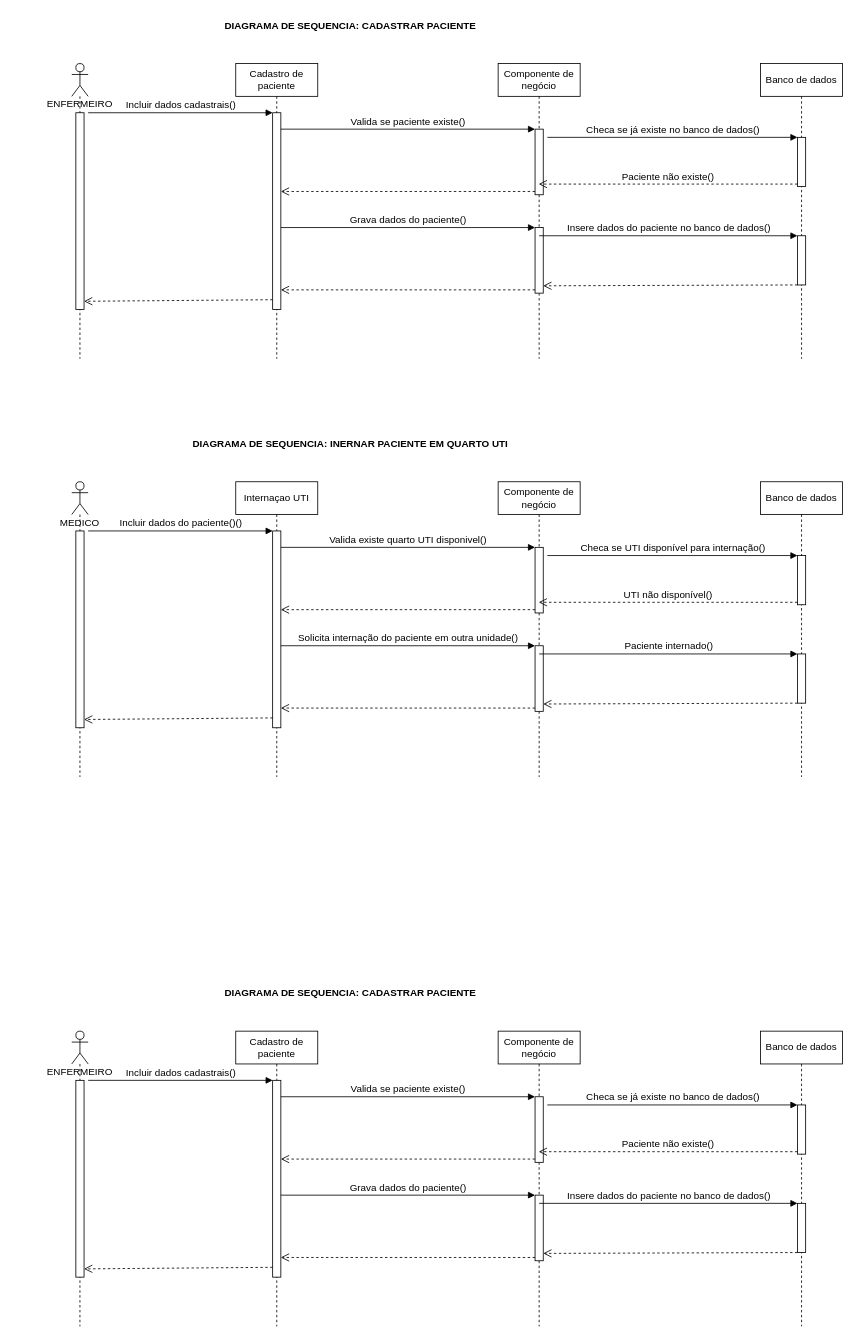
Above: page "Page-2" (2 of 5) of Untitled Diagram.drawio in FranciscoAntonioGuilherme/inicioReact (draw.io), before the change. Source tidied: cells renumbered, new cells numbered last; positions are measured from the earlier drawing's top-left corner, leaving out a move shared by most shapes. Both pictures are drawn from the tidied source at 82%, with x=0, y=0 at pixel (14, 14).
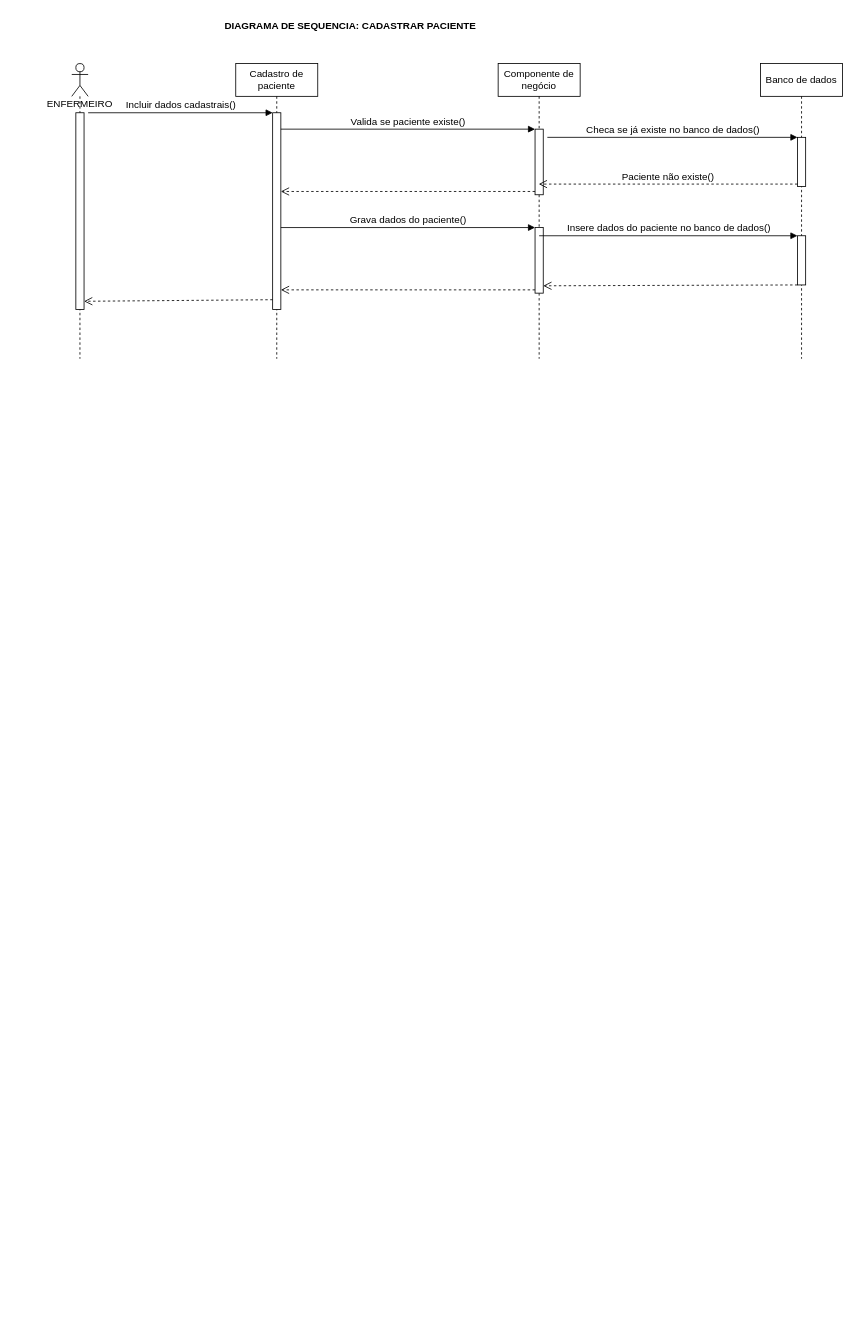
After the change.

The edit, as a diff of the source:
```diff
@@
-    <mxCell id="23" value="DIAGRAMA DE SEQUENCIA: INERNAR PACIENTE EM QUARTO UTI" style="text;align=center;fontStyle=1;verticalAlign=middle;spacingLeft=3;spacingRight=3;strokeColor=none;fontSize=12;" parent="1" vertex="1">
-      <mxGeometry y="510" width="820" height="26" as="geometry" />
-    </mxCell>
-    <mxCell id="24" value="&lt;div&gt;&lt;span&gt;MEDICO&lt;/span&gt;&lt;/div&gt;" style="shape=umlLifeline;participant=umlActor;perimeter=lifelinePerimeter;whiteSpace=wrap;html=1;verticalAlign=top;spacingTop=36;fontSize=12;align=center;" parent="1" vertex="1">
-      <mxGeometry x="70" y="570" width="20" height="360" as="geometry" />
-    </mxCell>
-    <mxCell id="25" style="html=1;points=[];perimeter=orthogonalPerimeter;fontSize=12;align=center;" parent="24" vertex="1">
-      <mxGeometry x="5" y="60" width="10" height="240" as="geometry" />
-    </mxCell>
-    <mxCell id="26" value="Internaçao UTI" style="shape=umlLifeline;perimeter=lifelinePerimeter;whiteSpace=wrap;html=1;fontSize=12;align=center;" parent="1" vertex="1">
-      <mxGeometry x="270" y="570" width="100" height="360" as="geometry" />
-    </mxCell>
-    <mxCell id="27" value="Componente de negócio" style="shape=umlLifeline;perimeter=lifelinePerimeter;whiteSpace=wrap;html=1;outlineConnect=0;fontSize=12;align=center;" parent="1" vertex="1">
-      <mxGeometry x="590" y="570" width="100" height="360" as="geometry" />
-    </mxCell>
-    <mxCell id="28" style="html=1;points=[];perimeter=orthogonalPerimeter;fontSize=12;align=center;" parent="27" vertex="1">
-      <mxGeometry x="45" y="80" width="10" height="80" as="geometry" />
-    </mxCell>
-    <mxCell id="29" style="html=1;points=[];perimeter=orthogonalPerimeter;fontSize=12;align=center;" parent="27" vertex="1">
-      <mxGeometry x="45" y="200" width="10" height="80" as="geometry" />
-    </mxCell>
-    <mxCell id="30" value="Banco de dados" style="shape=umlLifeline;perimeter=lifelinePerimeter;whiteSpace=wrap;html=1;fontSize=12;align=center;" parent="1" vertex="1">
-      <mxGeometry x="910" y="570" width="100" height="360" as="geometry" />
-    </mxCell>
-    <mxCell id="31" style="html=1;points=[];perimeter=orthogonalPerimeter;fontSize=12;align=center;" parent="30" vertex="1">
-      <mxGeometry x="45" y="90" width="10" height="60" as="geometry" />
-    </mxCell>
-    <mxCell id="32" style="html=1;points=[];perimeter=orthogonalPerimeter;fontSize=12;align=center;" parent="30" vertex="1">
-      <mxGeometry x="45" y="210" width="10" height="60" as="geometry" />
-    </mxCell>
-    <mxCell id="33" style="html=1;points=[];perimeter=orthogonalPerimeter;fontSize=12;align=center;" parent="1" vertex="1">
-      <mxGeometry x="315" y="630" width="10" height="240" as="geometry" />
-    </mxCell>
-    <mxCell id="34" value="Incluir dados do paciente()()" style="html=1;verticalAlign=bottom;endArrow=block;entryX=0;entryY=0;strokeColor=#000000;strokeWidth=1;fontSize=12;" parent="1" edge="1" target="33">
-      <mxGeometry relative="1" as="geometry">
-        <mxPoint x="90" y="630" as="sourcePoint" />
-      </mxGeometry>
-    </mxCell>
-    <mxCell id="35" style="html=1;verticalAlign=bottom;endArrow=open;dashed=1;endSize=8;exitX=0;exitY=0.95;strokeColor=#000000;strokeWidth=1;fontSize=12;entryX=1;entryY=0.958;entryDx=0;entryDy=0;entryPerimeter=0;" parent="1" edge="1" source="33" target="25">
-      <mxGeometry relative="1" as="geometry" />
-    </mxCell>
-    <mxCell id="36" value="Valida existe quarto UTI disponivel()" style="html=1;verticalAlign=bottom;endArrow=block;entryX=0;entryY=0;strokeColor=#000000;strokeWidth=1;fontSize=12;" parent="1" edge="1" target="28">
-      <mxGeometry relative="1" as="geometry">
-        <mxPoint x="325" y="650" as="sourcePoint" />
-      </mxGeometry>
-    </mxCell>
-    <mxCell id="37" style="html=1;verticalAlign=bottom;endArrow=open;dashed=1;endSize=8;exitX=0;exitY=0.95;strokeColor=#000000;strokeWidth=1;fontSize=12;" parent="1" edge="1" source="28">
-      <mxGeometry relative="1" as="geometry">
-        <mxPoint x="325" y="726" as="targetPoint" />
-      </mxGeometry>
-    </mxCell>
-    <mxCell id="38" value="Checa se UTI disponível para internação()" style="html=1;verticalAlign=bottom;endArrow=block;entryX=0;entryY=0;strokeColor=#000000;strokeWidth=1;fontSize=12;" parent="1" edge="1" target="31">
-      <mxGeometry relative="1" as="geometry">
-        <mxPoint x="650" y="660" as="sourcePoint" />
-      </mxGeometry>
-    </mxCell>
-    <mxCell id="39" value="UTI não disponível()" style="html=1;verticalAlign=bottom;endArrow=open;dashed=1;endSize=8;exitX=0;exitY=0.95;strokeColor=#000000;strokeWidth=1;fontSize=12;" parent="1" edge="1" source="31" target="27">
-      <mxGeometry relative="1" as="geometry" />
-    </mxCell>
-    <mxCell id="40" value="Solicita internação do paciente em outra unidade()" style="html=1;verticalAlign=bottom;endArrow=block;entryX=0;entryY=0;strokeColor=#000000;strokeWidth=1;fontSize=12;" parent="1" edge="1" target="29">
-      <mxGeometry relative="1" as="geometry">
-        <mxPoint x="325" y="770" as="sourcePoint" />
-      </mxGeometry>
-    </mxCell>
-    <mxCell id="41" style="html=1;verticalAlign=bottom;endArrow=open;dashed=1;endSize=8;exitX=0;exitY=0.95;strokeColor=#000000;strokeWidth=1;fontSize=12;" parent="1" edge="1" source="29">
-      <mxGeometry relative="1" as="geometry">
-        <mxPoint x="325" y="846" as="targetPoint" />
-      </mxGeometry>
-    </mxCell>
-    <mxCell id="42" value="Paciente internado()" style="html=1;verticalAlign=bottom;endArrow=block;entryX=0;entryY=0;strokeColor=#000000;strokeWidth=1;fontSize=12;" parent="1" edge="1" target="32">
-      <mxGeometry relative="1" as="geometry">
-        <mxPoint x="640" y="780" as="sourcePoint" />
-      </mxGeometry>
-    </mxCell>
-    <mxCell id="43" style="html=1;verticalAlign=bottom;endArrow=open;dashed=1;endSize=8;strokeColor=#000000;strokeWidth=1;fontSize=12;entryX=1;entryY=0.888;entryDx=0;entryDy=0;entryPerimeter=0;" parent="1" edge="1" source="32" target="29">
-      <mxGeometry relative="1" as="geometry" />
-    </mxCell>
-    <mxCell id="44" value="DIAGRAMA DE SEQUENCIA: CADASTRAR PACIENTE" style="text;align=center;fontStyle=1;verticalAlign=middle;spacingLeft=3;spacingRight=3;strokeColor=none;fontSize=12;" parent="1" vertex="1">
-      <mxGeometry y="1180" width="820" height="26" as="geometry" />
-    </mxCell>
-    <mxCell id="45" value="&lt;div&gt;&lt;span&gt;ENFERMEIRO&lt;/span&gt;&lt;/div&gt;" style="shape=umlLifeline;participant=umlActor;perimeter=lifelinePerimeter;whiteSpace=wrap;html=1;verticalAlign=top;spacingTop=36;fontSize=12;align=center;" parent="1" vertex="1">
-      <mxGeometry x="70" y="1240" width="20" height="360" as="geometry" />
-    </mxCell>
-    <mxCell id="46" style="html=1;points=[];perimeter=orthogonalPerimeter;fontSize=12;align=center;" parent="45" vertex="1">
-      <mxGeometry x="5" y="60" width="10" height="240" as="geometry" />
-    </mxCell>
-    <mxCell id="47" value="Cadastro de paciente" style="shape=umlLifeline;perimeter=lifelinePerimeter;whiteSpace=wrap;html=1;fontSize=12;align=center;" parent="1" vertex="1">
-      <mxGeometry x="270" y="1240" width="100" height="360" as="geometry" />
-    </mxCell>
-    <mxCell id="48" value="Componente de negócio" style="shape=umlLifeline;perimeter=lifelinePerimeter;whiteSpace=wrap;html=1;outlineConnect=0;fontSize=12;align=center;" parent="1" vertex="1">
-      <mxGeometry x="590" y="1240" width="100" height="360" as="geometry" />
-    </mxCell>
-    <mxCell id="49" style="html=1;points=[];perimeter=orthogonalPerimeter;fontSize=12;align=center;" parent="48" vertex="1">
-      <mxGeometry x="45" y="80" width="10" height="80" as="geometry" />
-    </mxCell>
-    <mxCell id="50" style="html=1;points=[];perimeter=orthogonalPerimeter;fontSize=12;align=center;" parent="48" vertex="1">
-      <mxGeometry x="45" y="200" width="10" height="80" as="geometry" />
-    </mxCell>
-    <mxCell id="51" value="Banco de dados" style="shape=umlLifeline;perimeter=lifelinePerimeter;whiteSpace=wrap;html=1;fontSize=12;align=center;" parent="1" vertex="1">
-      <mxGeometry x="910" y="1240" width="100" height="360" as="geometry" />
-    </mxCell>
-    <mxCell id="52" style="html=1;points=[];perimeter=orthogonalPerimeter;fontSize=12;align=center;" parent="51" vertex="1">
-      <mxGeometry x="45" y="90" width="10" height="60" as="geometry" />
-    </mxCell>
-    <mxCell id="53" style="html=1;points=[];perimeter=orthogonalPerimeter;fontSize=12;align=center;" parent="51" vertex="1">
-      <mxGeometry x="45" y="210" width="10" height="60" as="geometry" />
-    </mxCell>
-    <mxCell id="54" style="html=1;points=[];perimeter=orthogonalPerimeter;fontSize=12;align=center;" parent="1" vertex="1">
-      <mxGeometry x="315" y="1300" width="10" height="240" as="geometry" />
-    </mxCell>
-    <mxCell id="55" value="Incluir dados cadastrais()" style="html=1;verticalAlign=bottom;endArrow=block;entryX=0;entryY=0;strokeColor=#000000;strokeWidth=1;fontSize=12;" parent="1" edge="1" target="54">
-      <mxGeometry relative="1" as="geometry">
-        <mxPoint x="90" y="1300" as="sourcePoint" />
-      </mxGeometry>
-    </mxCell>
-    <mxCell id="56" style="html=1;verticalAlign=bottom;endArrow=open;dashed=1;endSize=8;exitX=0;exitY=0.95;strokeColor=#000000;strokeWidth=1;fontSize=12;entryX=1;entryY=0.958;entryDx=0;entryDy=0;entryPerimeter=0;" parent="1" edge="1" source="54" target="46">
-      <mxGeometry relative="1" as="geometry" />
-    </mxCell>
-    <mxCell id="57" value="Valida se paciente existe()" style="html=1;verticalAlign=bottom;endArrow=block;entryX=0;entryY=0;strokeColor=#000000;strokeWidth=1;fontSize=12;" parent="1" edge="1" target="49">
-      <mxGeometry relative="1" as="geometry">
-        <mxPoint x="325" y="1320" as="sourcePoint" />
-      </mxGeometry>
-    </mxCell>
-    <mxCell id="58" style="html=1;verticalAlign=bottom;endArrow=open;dashed=1;endSize=8;exitX=0;exitY=0.95;strokeColor=#000000;strokeWidth=1;fontSize=12;" parent="1" edge="1" source="49">
-      <mxGeometry relative="1" as="geometry">
-        <mxPoint x="325" y="1396" as="targetPoint" />
-      </mxGeometry>
-    </mxCell>
-    <mxCell id="59" value="Checa se já existe no banco de dados()" style="html=1;verticalAlign=bottom;endArrow=block;entryX=0;entryY=0;strokeColor=#000000;strokeWidth=1;fontSize=12;" parent="1" edge="1" target="52">
-      <mxGeometry relative="1" as="geometry">
-        <mxPoint x="650" y="1330" as="sourcePoint" />
-      </mxGeometry>
-    </mxCell>
-    <mxCell id="60" value="Paciente não existe()" style="html=1;verticalAlign=bottom;endArrow=open;dashed=1;endSize=8;exitX=0;exitY=0.95;strokeColor=#000000;strokeWidth=1;fontSize=12;" parent="1" edge="1" source="52" target="48">
-      <mxGeometry relative="1" as="geometry" />
-    </mxCell>
-    <mxCell id="61" value="Grava dados do paciente()" style="html=1;verticalAlign=bottom;endArrow=block;entryX=0;entryY=0;strokeColor=#000000;strokeWidth=1;fontSize=12;" parent="1" edge="1" target="50">
-      <mxGeometry relative="1" as="geometry">
-        <mxPoint x="325" y="1440" as="sourcePoint" />
-      </mxGeometry>
-    </mxCell>
-    <mxCell id="62" style="html=1;verticalAlign=bottom;endArrow=open;dashed=1;endSize=8;exitX=0;exitY=0.95;strokeColor=#000000;strokeWidth=1;fontSize=12;" parent="1" edge="1" source="50">
-      <mxGeometry relative="1" as="geometry">
-        <mxPoint x="325" y="1516" as="targetPoint" />
-      </mxGeometry>
-    </mxCell>
-    <mxCell id="63" value="Insere dados do paciente no banco de dados()" style="html=1;verticalAlign=bottom;endArrow=block;entryX=0;entryY=0;strokeColor=#000000;strokeWidth=1;fontSize=12;" parent="1" edge="1" target="53">
-      <mxGeometry relative="1" as="geometry">
-        <mxPoint x="640" y="1450" as="sourcePoint" />
-      </mxGeometry>
-    </mxCell>
-    <mxCell id="64" style="html=1;verticalAlign=bottom;endArrow=open;dashed=1;endSize=8;strokeColor=#000000;strokeWidth=1;fontSize=12;entryX=1;entryY=0.888;entryDx=0;entryDy=0;entryPerimeter=0;" parent="1" edge="1" source="53" target="50">
-      <mxGeometry relative="1" as="geometry" />
-    </mxCell>
```
